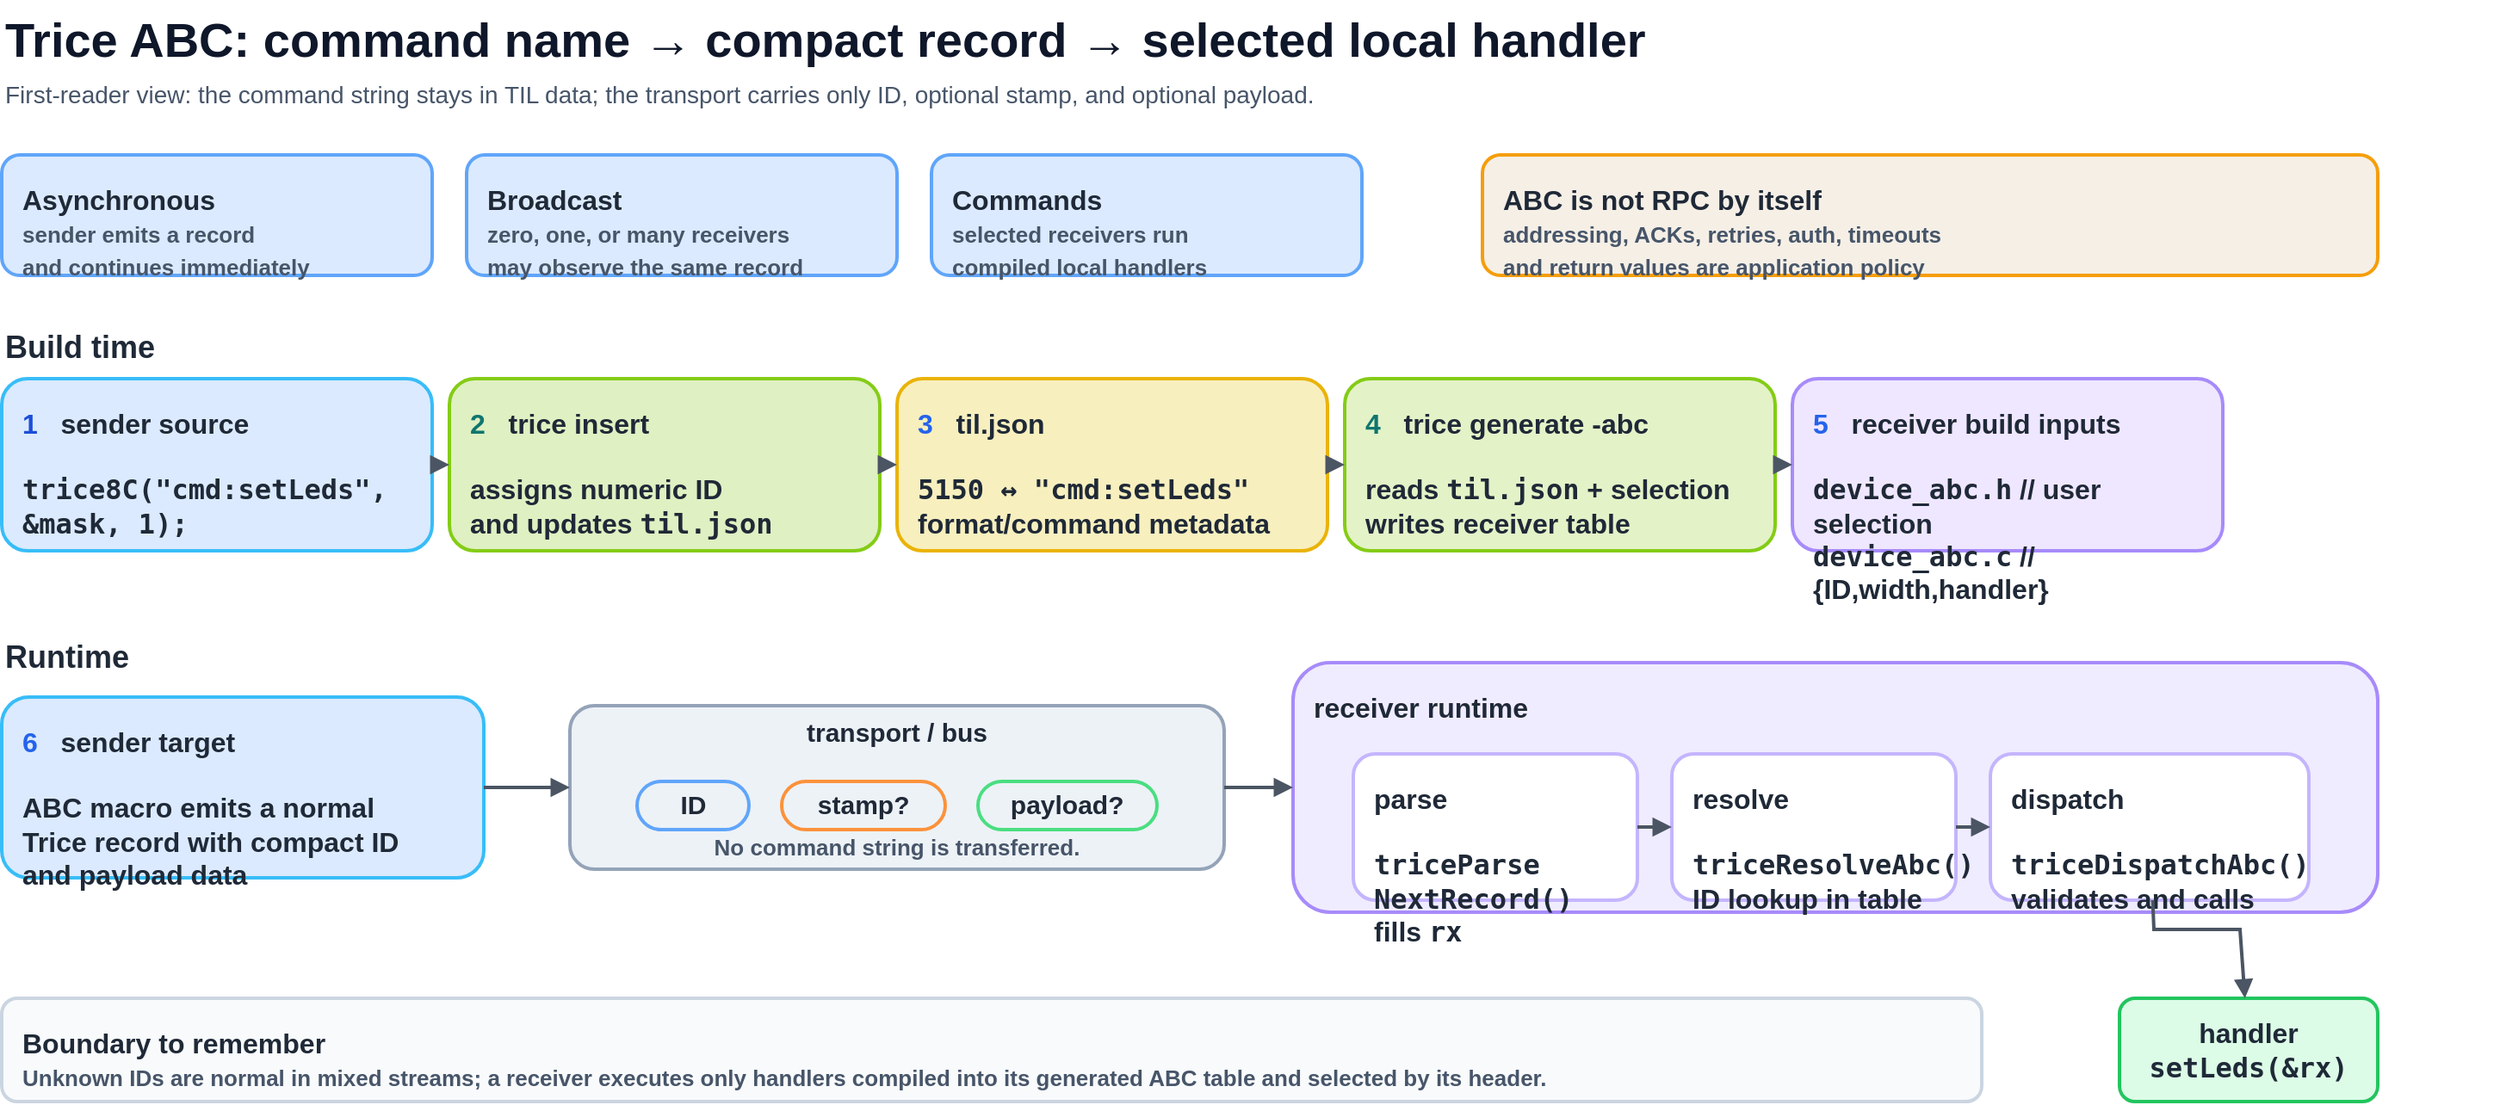
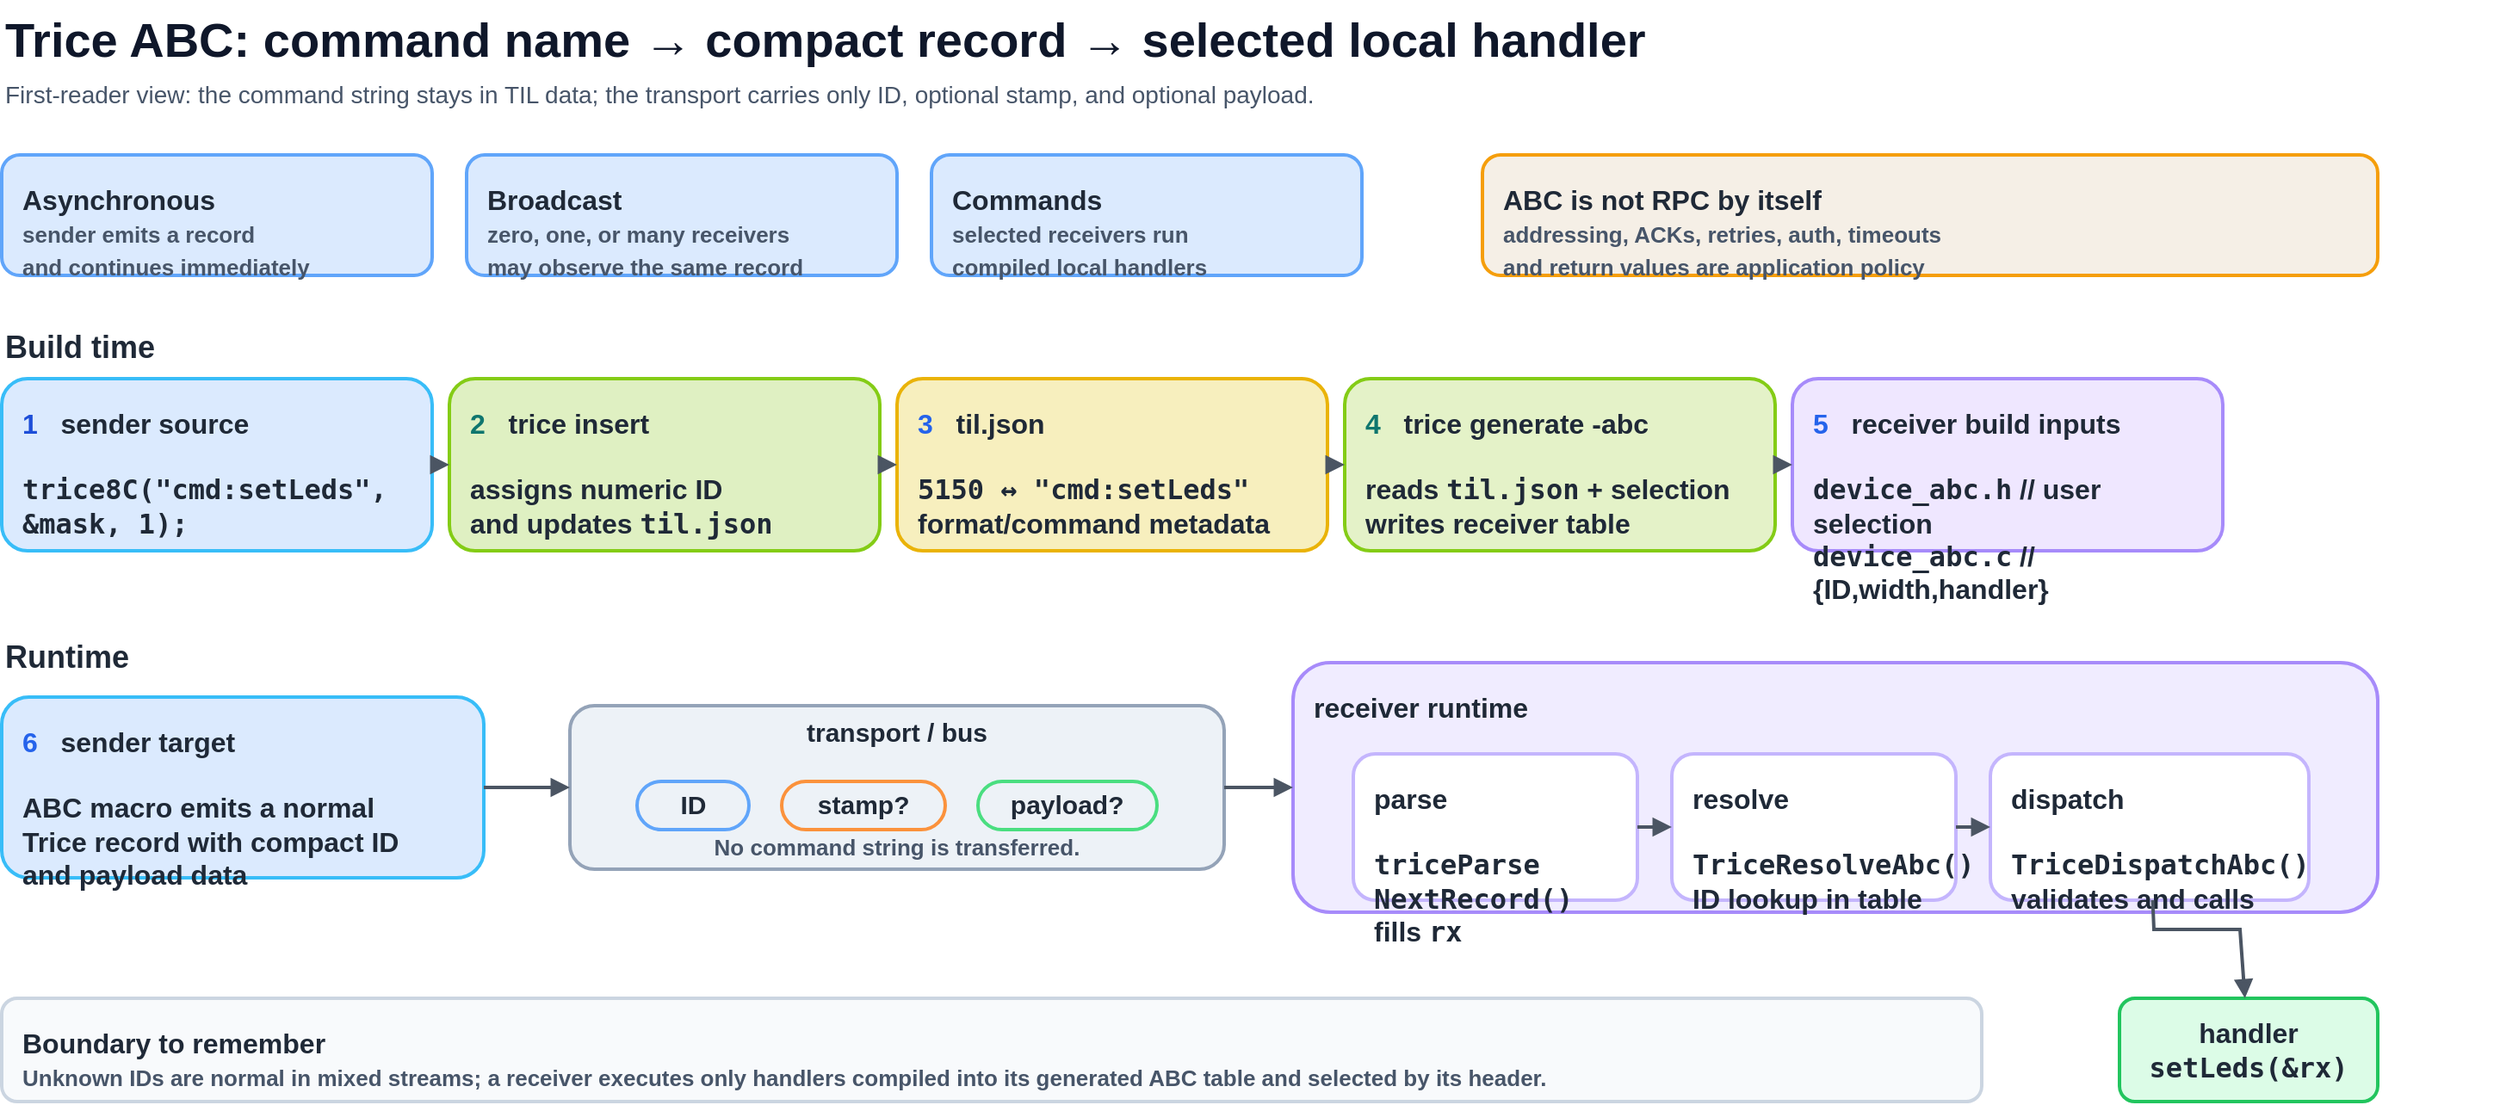
<?xml version="1.0" encoding="UTF-8"?>
<mxfile host="app.diagrams.net" modified="2026-06-26T12:00:00.000Z" agent="OpenAI" version="24.7.17" type="device">
  <diagram id="diagram1" name="Trice ABC core workflow">
    <mxGraphModel dx="1600" dy="1000" grid="1" gridSize="10" guides="1" tooltips="1" connect="1" arrows="1" fold="1" page="1" pageScale="1" pageWidth="1600" pageHeight="1000" math="0" shadow="0">
      <root>
        <mxCell id="0"/>
        <mxCell id="1" parent="0"/>
        <mxCell id="2" value="Trice ABC: command name → compact record → selected local handler" style="text;html=1;strokeColor=none;fillColor=none;align=left;verticalAlign=top;whiteSpace=wrap;rounded=0;fontSize=28;fontStyle=1;fontColor=#0f172a;" vertex="1" parent="1">
          <mxGeometry x="40" y="20" width="1420" height="40" as="geometry"/>
        </mxCell>
        <mxCell id="3" value="First-reader view: the command string stays in TIL data; the transport carries only ID, optional stamp, and optional payload." style="text;html=1;strokeColor=none;fillColor=none;align=left;verticalAlign=top;whiteSpace=wrap;rounded=0;fontSize=14;fontColor=#475569;" vertex="1" parent="1">
          <mxGeometry x="40" y="60" width="1450" height="30" as="geometry"/>
        </mxCell>
        <mxCell id="4" value="&lt;b&gt;Asynchronous&lt;/b&gt;&lt;br/&gt;&lt;font style=&quot;font-size:13px;color:#475569;&quot;&gt;sender emits a record&lt;br/&gt;and continues immediately&lt;/font&gt;" style="rounded=1;whiteSpace=wrap;html=1;fillColor=#dbeafe;strokeColor=#60a5fa;strokeWidth=2;fontSize=16;fontColor=#1f2937;fontStyle=1;align=left;verticalAlign=top;spacing=12;" vertex="1" parent="1">
          <mxGeometry x="40" y="110" width="250" height="70" as="geometry"/>
        </mxCell>
        <mxCell id="5" value="&lt;b&gt;Broadcast&lt;/b&gt;&lt;br/&gt;&lt;font style=&quot;font-size:13px;color:#475569;&quot;&gt;zero, one, or many receivers&lt;br/&gt;may observe the same record&lt;/font&gt;" style="rounded=1;whiteSpace=wrap;html=1;fillColor=#dbeafe;strokeColor=#60a5fa;strokeWidth=2;fontSize=16;fontColor=#1f2937;fontStyle=1;align=left;verticalAlign=top;spacing=12;" vertex="1" parent="1">
          <mxGeometry x="310" y="110" width="250" height="70" as="geometry"/>
        </mxCell>
        <mxCell id="6" value="&lt;b&gt;Commands&lt;/b&gt;&lt;br/&gt;&lt;font style=&quot;font-size:13px;color:#475569;&quot;&gt;selected receivers run&lt;br/&gt;compiled local handlers&lt;/font&gt;" style="rounded=1;whiteSpace=wrap;html=1;fillColor=#dbeafe;strokeColor=#60a5fa;strokeWidth=2;fontSize=16;fontColor=#1f2937;fontStyle=1;align=left;verticalAlign=top;spacing=12;" vertex="1" parent="1">
          <mxGeometry x="580" y="110" width="250" height="70" as="geometry"/>
        </mxCell>
        <mxCell id="7" value="&lt;b&gt;ABC is not RPC by itself&lt;/b&gt;&lt;br/&gt;&lt;font style=&quot;font-size:13px;color:#475569;&quot;&gt;addressing, ACKs, retries, auth, timeouts&lt;br/&gt;and return values are application policy&lt;/font&gt;" style="rounded=1;whiteSpace=wrap;html=1;fillColor=#f5efe6;strokeColor=#f59e0b;strokeWidth=2;fontSize=16;fontColor=#1f2937;fontStyle=1;align=left;verticalAlign=top;spacing=12;" vertex="1" parent="1">
          <mxGeometry x="900" y="110" width="520" height="70" as="geometry"/>
        </mxCell>
        <mxCell id="8" value="Build time" style="text;html=1;strokeColor=none;fillColor=none;align=left;verticalAlign=top;whiteSpace=wrap;rounded=0;fontSize=18;fontStyle=1;fontColor=#1f2937;" vertex="1" parent="1">
          <mxGeometry x="40" y="205" width="200" height="25" as="geometry"/>
        </mxCell>
        <mxCell id="9" value="&lt;b&gt;&lt;font color=&quot;#1d4ed8&quot;&gt;1&lt;/font&gt; &amp;nbsp; sender source&lt;/b&gt;&lt;br/&gt;&lt;br/&gt;&lt;font face=&quot;monospace&quot;&gt;trice8C(&quot;cmd:setLeds&quot;,&lt;br/&gt;&amp;amp;mask, 1);&lt;/font&gt;" style="rounded=1;whiteSpace=wrap;html=1;fillColor=#dbeafe;strokeColor=#38bdf8;strokeWidth=2;fontSize=16;fontColor=#1f2937;fontStyle=1;align=left;verticalAlign=top;spacing=12;" vertex="1" parent="1">
          <mxGeometry x="40" y="240" width="250" height="100" as="geometry"/>
        </mxCell>
        <mxCell id="10" value="&lt;b&gt;&lt;font color=&quot;#0f766e&quot;&gt;2&lt;/font&gt; &amp;nbsp; trice insert&lt;/b&gt;&lt;br/&gt;&lt;br/&gt;assigns numeric ID&lt;br/&gt;and updates &lt;font face=&quot;monospace&quot;&gt;til.json&lt;/font&gt;" style="rounded=1;whiteSpace=wrap;html=1;fillColor=#dff0c2;strokeColor=#84cc16;strokeWidth=2;fontSize=16;fontColor=#1f2937;fontStyle=1;align=left;verticalAlign=top;spacing=12;" vertex="1" parent="1">
          <mxGeometry x="300" y="240" width="250" height="100" as="geometry"/>
        </mxCell>
        <mxCell id="11" value="&lt;b&gt;&lt;font color=&quot;#2563eb&quot;&gt;3&lt;/font&gt; &amp;nbsp; til.json&lt;/b&gt;&lt;br/&gt;&lt;br/&gt;&lt;font face=&quot;monospace&quot;&gt;5150 ↔ &quot;cmd:setLeds&quot;&lt;/font&gt;&lt;br/&gt;format/command metadata" style="rounded=1;whiteSpace=wrap;html=1;fillColor=#f7efbe;strokeColor=#eab308;strokeWidth=2;fontSize=16;fontColor=#1f2937;fontStyle=1;align=left;verticalAlign=top;spacing=12;" vertex="1" parent="1">
          <mxGeometry x="560" y="240" width="250" height="100" as="geometry"/>
        </mxCell>
        <mxCell id="12" value="&lt;b&gt;&lt;font color=&quot;#0f766e&quot;&gt;4&lt;/font&gt; &amp;nbsp; trice generate -abc&lt;/b&gt;&lt;br/&gt;&lt;br/&gt;reads &lt;font face=&quot;monospace&quot;&gt;til.json&lt;/font&gt; + selection&lt;br/&gt;writes receiver table" style="rounded=1;whiteSpace=wrap;html=1;fillColor=#e4f2c8;strokeColor=#84cc16;strokeWidth=2;fontSize=16;fontColor=#1f2937;fontStyle=1;align=left;verticalAlign=top;spacing=12;" vertex="1" parent="1">
          <mxGeometry x="820" y="240" width="250" height="100" as="geometry"/>
        </mxCell>
        <mxCell id="13" value="&lt;b&gt;&lt;font color=&quot;#2563eb&quot;&gt;5&lt;/font&gt; &amp;nbsp; receiver build inputs&lt;/b&gt;&lt;br/&gt;&lt;br/&gt;&lt;font face=&quot;monospace&quot;&gt;device_abc.h&lt;/font&gt; // user selection&lt;br/&gt;&lt;font face=&quot;monospace&quot;&gt;device_abc.c&lt;/font&gt; // {ID,width,handler}" style="rounded=1;whiteSpace=wrap;html=1;fillColor=#efe7ff;strokeColor=#a78bfa;strokeWidth=2;fontSize=16;fontColor=#1f2937;fontStyle=1;align=left;verticalAlign=top;spacing=12;" vertex="1" parent="1">
          <mxGeometry x="1080" y="240" width="250" height="100" as="geometry"/>
        </mxCell>
        <mxCell id="14" value="" style="endArrow=block;endFill=1;strokeColor=#4b5563;strokeWidth=2;rounded=0;html=1;jettySize=auto;orthogonalLoop=1;" edge="1" parent="1" source="9" target="10">
          <mxGeometry relative="1" as="geometry"/>
        </mxCell>
        <mxCell id="15" value="" style="endArrow=block;endFill=1;strokeColor=#4b5563;strokeWidth=2;rounded=0;html=1;jettySize=auto;orthogonalLoop=1;" edge="1" parent="1" source="10" target="11">
          <mxGeometry relative="1" as="geometry"/>
        </mxCell>
        <mxCell id="16" value="" style="endArrow=block;endFill=1;strokeColor=#4b5563;strokeWidth=2;rounded=0;html=1;jettySize=auto;orthogonalLoop=1;" edge="1" parent="1" source="11" target="12">
          <mxGeometry relative="1" as="geometry"/>
        </mxCell>
        <mxCell id="17" value="" style="endArrow=block;endFill=1;strokeColor=#4b5563;strokeWidth=2;rounded=0;html=1;jettySize=auto;orthogonalLoop=1;" edge="1" parent="1" source="12" target="13">
          <mxGeometry relative="1" as="geometry"/>
        </mxCell>
        <mxCell id="18" value="Runtime" style="text;html=1;strokeColor=none;fillColor=none;align=left;verticalAlign=top;whiteSpace=wrap;rounded=0;fontSize=18;fontStyle=1;fontColor=#1f2937;" vertex="1" parent="1">
          <mxGeometry x="40" y="385" width="200" height="25" as="geometry"/>
        </mxCell>
        <mxCell id="19" value="&lt;b&gt;&lt;font color=&quot;#2563eb&quot;&gt;6&lt;/font&gt; &amp;nbsp; sender target&lt;/b&gt;&lt;br/&gt;&lt;br/&gt;ABC macro emits a normal&lt;br/&gt;Trice record with compact ID&lt;br/&gt;and payload data" style="rounded=1;whiteSpace=wrap;html=1;fillColor=#dbeafe;strokeColor=#38bdf8;strokeWidth=2;fontSize=16;fontColor=#1f2937;fontStyle=1;align=left;verticalAlign=top;spacing=12;" vertex="1" parent="1">
          <mxGeometry x="40" y="425" width="280" height="105" as="geometry"/>
        </mxCell>
        <mxCell id="20" value="&lt;b&gt;transport / bus&lt;/b&gt;&lt;br/&gt;&lt;br/&gt;&lt;div style=&quot;text-align:center;&quot;&gt;&lt;span style=&quot;display:inline-block;border:2px solid #60a5fa;border-radius:999px;padding:4px 24px;&quot;&gt;ID&lt;/span&gt; &amp;nbsp;&amp;nbsp; &lt;span style=&quot;display:inline-block;border:2px solid #fb923c;border-radius:999px;padding:4px 20px;&quot;&gt;stamp?&lt;/span&gt; &amp;nbsp;&amp;nbsp; &lt;span style=&quot;display:inline-block;border:2px solid #4ade80;border-radius:999px;padding:4px 18px;&quot;&gt;payload?&lt;/span&gt;&lt;br/&gt;&lt;span style=&quot;font-size:13px;color:#475569;&quot;&gt;No command string is transferred.&lt;/span&gt;&lt;/div&gt;" style="rounded=1;whiteSpace=wrap;html=1;fillColor=#edf2f7;strokeColor=#94a3b8;strokeWidth=2;fontSize=15;fontColor=#1f2937;fontStyle=1;align=center;verticalAlign=middle;spacing=8;" vertex="1" parent="1">
          <mxGeometry x="370" y="430" width="380" height="95" as="geometry"/>
        </mxCell>
        <mxCell id="21" value="&lt;b&gt;receiver runtime&lt;/b&gt;" style="rounded=1;whiteSpace=wrap;html=1;fillColor=#f0ecff;strokeColor=#a78bfa;strokeWidth=2;fontSize=16;fontColor=#1f2937;fontStyle=1;align=left;verticalAlign=top;spacing=12;" vertex="1" parent="1">
          <mxGeometry x="790" y="405" width="630" height="145" as="geometry"/>
        </mxCell>
        <mxCell id="22" value="&lt;b&gt;parse&lt;/b&gt;&lt;br/&gt;&lt;br/&gt;&lt;font face=&quot;monospace&quot;&gt;triceParse&lt;br/&gt;NextRecord()&lt;/font&gt;&lt;br/&gt;fills &lt;font face=&quot;monospace&quot;&gt;rx&lt;/font&gt;" style="rounded=1;whiteSpace=wrap;html=1;fillColor=#ffffff;strokeColor=#c4b5fd;strokeWidth=2;fontSize=16;fontColor=#1f2937;fontStyle=1;align=left;verticalAlign=top;spacing=12;" vertex="1" parent="1">
          <mxGeometry x="825" y="458" width="165" height="85" as="geometry"/>
        </mxCell>
-         <mxCell id="23" value="&lt;b&gt;resolve&lt;/b&gt;&lt;br/&gt;&lt;br/&gt;&lt;font face=&quot;monospace&quot;&gt;triceResolveAbc()&lt;/font&gt;&lt;br/&gt;ID lookup in table" style="rounded=1;whiteSpace=wrap;html=1;fillColor=#ffffff;strokeColor=#c4b5fd;strokeWidth=2;fontSize=16;fontColor=#1f2937;fontStyle=1;align=left;verticalAlign=top;spacing=12;" vertex="1" parent="1">
+         <mxCell id="23" value="&lt;b&gt;resolve&lt;/b&gt;&lt;br/&gt;&lt;br/&gt;&lt;font face=&quot;monospace&quot;&gt;TriceResolveAbc()&lt;/font&gt;&lt;br/&gt;ID lookup in table" style="rounded=1;whiteSpace=wrap;html=1;fillColor=#ffffff;strokeColor=#c4b5fd;strokeWidth=2;fontSize=16;fontColor=#1f2937;fontStyle=1;align=left;verticalAlign=top;spacing=12;" vertex="1" parent="1">
          <mxGeometry x="1010" y="458" width="165" height="85" as="geometry"/>
        </mxCell>
-         <mxCell id="24" value="&lt;b&gt;dispatch&lt;/b&gt;&lt;br/&gt;&lt;br/&gt;&lt;font face=&quot;monospace&quot;&gt;triceDispatchAbc()&lt;/font&gt;&lt;br/&gt;validates and calls" style="rounded=1;whiteSpace=wrap;html=1;fillColor=#ffffff;strokeColor=#c4b5fd;strokeWidth=2;fontSize=16;fontColor=#1f2937;fontStyle=1;align=left;verticalAlign=top;spacing=12;" vertex="1" parent="1">
+         <mxCell id="24" value="&lt;b&gt;dispatch&lt;/b&gt;&lt;br/&gt;&lt;br/&gt;&lt;font face=&quot;monospace&quot;&gt;TriceDispatchAbc()&lt;/font&gt;&lt;br/&gt;validates and calls" style="rounded=1;whiteSpace=wrap;html=1;fillColor=#ffffff;strokeColor=#c4b5fd;strokeWidth=2;fontSize=16;fontColor=#1f2937;fontStyle=1;align=left;verticalAlign=top;spacing=12;" vertex="1" parent="1">
          <mxGeometry x="1195" y="458" width="185" height="85" as="geometry"/>
        </mxCell>
        <mxCell id="25" value="&lt;b&gt;handler&lt;/b&gt;&lt;br/&gt;&lt;font face=&quot;monospace&quot;&gt;setLeds(&amp;amp;rx)&lt;/font&gt;" style="rounded=1;whiteSpace=wrap;html=1;fillColor=#dcfce7;strokeColor=#22c55e;strokeWidth=2;fontSize=16;fontColor=#1f2937;fontStyle=1;align=center;verticalAlign=middle;spacing=8;" vertex="1" parent="1">
          <mxGeometry x="1270" y="600" width="150" height="60" as="geometry"/>
        </mxCell>
        <mxCell id="26" value="" style="endArrow=block;endFill=1;strokeColor=#4b5563;strokeWidth=2;rounded=0;html=1;jettySize=auto;orthogonalLoop=1;" edge="1" parent="1" source="19" target="20">
          <mxGeometry relative="1" as="geometry"/>
        </mxCell>
        <mxCell id="27" value="" style="endArrow=block;endFill=1;strokeColor=#4b5563;strokeWidth=2;rounded=0;html=1;jettySize=auto;orthogonalLoop=1;" edge="1" parent="1" source="20" target="21">
          <mxGeometry relative="1" as="geometry"/>
        </mxCell>
        <mxCell id="28" value="" style="endArrow=block;endFill=1;strokeColor=#4b5563;strokeWidth=2;rounded=0;html=1;jettySize=auto;orthogonalLoop=1;" edge="1" parent="1" source="22" target="23">
          <mxGeometry relative="1" as="geometry"/>
        </mxCell>
        <mxCell id="29" value="" style="endArrow=block;endFill=1;strokeColor=#4b5563;strokeWidth=2;rounded=0;html=1;jettySize=auto;orthogonalLoop=1;" edge="1" parent="1" source="23" target="24">
          <mxGeometry relative="1" as="geometry"/>
        </mxCell>
        <mxCell id="30" value="" style="endArrow=block;endFill=1;strokeColor=#4b5563;strokeWidth=2;rounded=0;html=1;jettySize=auto;orthogonalLoop=1;" edge="1" parent="1" source="24" target="25">
          <mxGeometry relative="1" as="geometry">
            <Array as="points">
              <mxPoint x="1290" y="560"/>
              <mxPoint x="1340" y="560"/>
            </Array>
          </mxGeometry>
        </mxCell>
        <mxCell id="31" value="&lt;b&gt;Boundary to remember&lt;/b&gt;&lt;br/&gt;&lt;font style=&quot;font-size:13px;color:#475569;&quot;&gt;Unknown IDs are normal in mixed streams; a receiver executes only handlers compiled into its generated ABC table and selected by its header.&lt;/font&gt;" style="rounded=1;whiteSpace=wrap;html=1;fillColor=#f8fafc;strokeColor=#cbd5e1;strokeWidth=2;fontSize=16;fontColor=#1f2937;fontStyle=1;align=left;verticalAlign=top;spacing=12;" vertex="1" parent="1">
          <mxGeometry x="40" y="600" width="1150" height="60" as="geometry"/>
        </mxCell>
      </root>
    </mxGraphModel>
  </diagram>
</mxfile>
